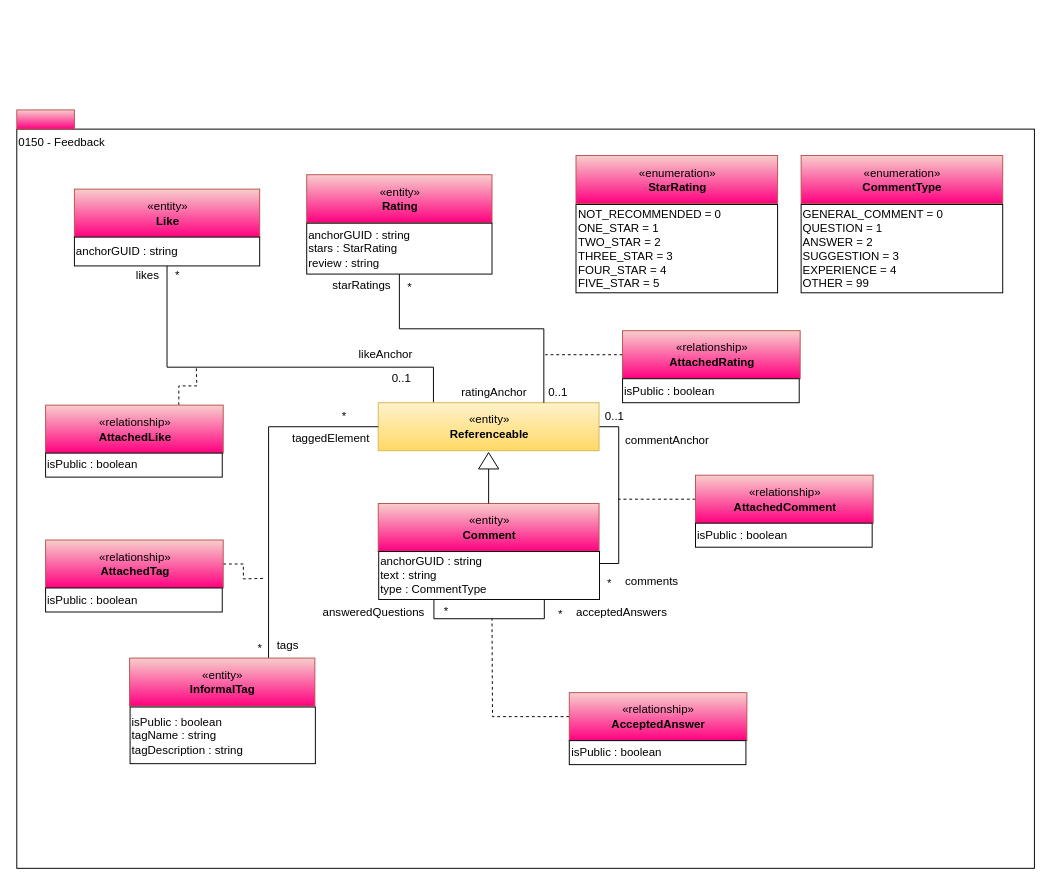
Earlier version of the draw.io diagram page "0150-Feedback" (11 of 13) of open-metadata-publication/website/open-metadata-types/area-1-collaboration.drawio (odpi/egeria). Source tidied: cells renumbered, new cells numbered last; positions are measured from the earlier drawing's top-left corner, leaving out a move shared by most shapes. Both pictures are drawn from the tidied source at 96%, with x=0, y=0 at pixel (16, 109).
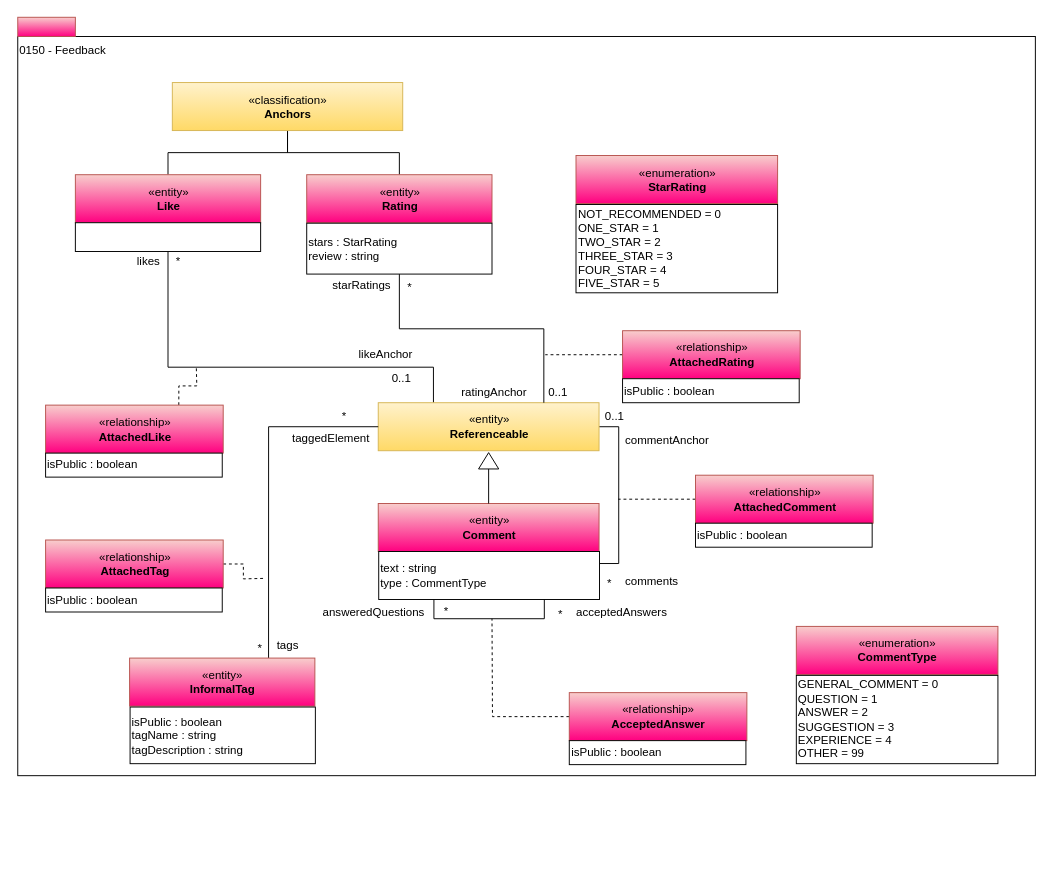
The same page after the edit.

Unchanged cells that the change refers to:
```xml
<mxCell id="35" value="«entity»&lt;br&gt;&lt;b&gt;Rating&lt;/b&gt;" style="html=1;strokeColor=#b85450;align=center;fillColor=#f8cecc;gradientColor=#FF0080;" parent="1" vertex="1">
  <mxGeometry x="302" y="67.5" width="193" height="50" as="geometry" />
</mxCell>
```

Change to the diagram source:
```diff
@@
     <mxCell id="2" value="0150 - Feedback" style="rounded=0;whiteSpace=wrap;html=1;align=left;verticalAlign=top;" parent="1" vertex="1">
-      <mxGeometry y="20" width="1060" height="770" as="geometry" />
+      <mxGeometry x="1" y="-76.5" width="1060" height="770" as="geometry" />
     </mxCell>
@@
     <mxCell id="4" style="html=1;strokeColor=#b85450;align=center;fillColor=#f8cecc;gradientColor=#FF0080;" parent="1" vertex="1">
-      <mxGeometry width="60" height="20" as="geometry" />
+      <mxGeometry x="1" y="-96.5" width="60" height="20" as="geometry" />
     </mxCell>
@@
-    <mxCell id="6" value="anchorGUID : string&lt;br&gt;text : string&lt;br&gt;type : CommentType&lt;br&gt;" style="rounded=0;whiteSpace=wrap;html=1;align=left;" parent="1" vertex="1">
+    <mxCell id="6" value="text : string&lt;br&gt;type : CommentType" style="rounded=0;whiteSpace=wrap;html=1;align=left;" parent="1" vertex="1">
       <mxGeometry x="377" y="460" width="230" height="50" as="geometry" />
     </mxCell>
@@
+    <mxCell id="59" style="edgeStyle=orthogonalEdgeStyle;rounded=0;jettySize=auto;html=1;exitX=0.5;exitY=0;exitDx=0;exitDy=0;endArrow=none;endFill=0;" parent="1" edge="1" source="9" target="61">
+      <mxGeometry relative="1" as="geometry" />
+    </mxCell>
     <mxCell id="9" value="«entity»&lt;br&gt;&lt;b&gt;Like&lt;/b&gt;" style="html=1;strokeColor=#b85450;align=center;fillColor=#f8cecc;gradientColor=#FF0080;" parent="1" vertex="1">
-      <mxGeometry x="60" y="82.5" width="193" height="50" as="geometry" />
+      <mxGeometry x="61" y="67.5" width="193" height="50" as="geometry" />
     </mxCell>
@@
-    <mxCell id="11" value="anchorGUID : string" style="rounded=0;whiteSpace=wrap;html=1;align=left;" parent="1" vertex="1">
-      <mxGeometry x="60" y="132.5" width="193" height="30" as="geometry" />
+    <mxCell id="11" style="rounded=0;whiteSpace=wrap;html=1;align=left;" parent="1" vertex="1">
+      <mxGeometry x="61" y="117.5" width="193" height="30" as="geometry" />
     </mxCell>
@@
     <mxCell id="20" value="«enumeration»&lt;br&gt;&lt;span&gt;&lt;b&gt;CommentType&lt;/b&gt;&lt;/span&gt;&lt;br&gt;" style="html=1;strokeColor=#b85450;align=center;fillColor=#f8cecc;gradientColor=#FF0080;" parent="1" vertex="1">
-      <mxGeometry x="817" y="47.5" width="210" height="50" as="geometry" />
+      <mxGeometry x="812" y="538" width="210" height="50" as="geometry" />
     </mxCell>
     <mxCell id="21" value="&lt;div style=&quot;text-align: left&quot;&gt;GENERAL_COMMENT = 0&lt;/div&gt;&lt;div style=&quot;text-align: left&quot;&gt;QUESTION = 1&lt;/div&gt;&lt;div style=&quot;text-align: left&quot;&gt;ANSWER = 2&lt;/div&gt;&lt;div style=&quot;text-align: left&quot;&gt;SUGGESTION = 3&lt;/div&gt;&lt;div style=&quot;text-align: left&quot;&gt;&lt;span&gt;EXPERIENCE = 4&lt;/span&gt;&lt;/div&gt;&lt;div style=&quot;text-align: left&quot;&gt;&lt;span&gt;OTHER = 99&lt;/span&gt;&lt;br&gt;&lt;/div&gt;" style="rounded=0;whiteSpace=wrap;html=1;strokeColor=#000000;gradientColor=#ffffff;align=left;" parent="1" vertex="1">
-      <mxGeometry x="817" y="98.5" width="210" height="92" as="geometry" />
+      <mxGeometry x="812" y="589" width="210" height="92" as="geometry" />
     </mxCell>
@@
+    <mxCell id="60" style="edgeStyle=orthogonalEdgeStyle;rounded=0;jettySize=auto;html=1;exitX=0.5;exitY=0;exitDx=0;exitDy=0;endArrow=none;endFill=0;" parent="1" edge="1" source="35" target="61">
+      <mxGeometry relative="1" as="geometry" />
+    </mxCell>
@@
-    <mxCell id="37" value="anchorGUID : string&lt;br&gt;stars : StarRating&lt;br&gt;review : string&lt;br&gt;" style="rounded=0;whiteSpace=wrap;html=1;align=left;" parent="1" vertex="1">
+    <mxCell id="37" value="stars : StarRating&lt;br&gt;review : string" style="rounded=0;whiteSpace=wrap;html=1;align=left;" parent="1" vertex="1">
       <mxGeometry x="302" y="118" width="193" height="53" as="geometry" />
     </mxCell>
@@
     <mxCell id="45" value="likes" style="text;html=1;align=center;verticalAlign=top;spacingTop=-4;" parent="1" vertex="1">
-      <mxGeometry x="116" y="162.5" width="40" height="20" as="geometry" />
+      <mxGeometry x="117" y="147.5" width="40" height="20" as="geometry" />
     </mxCell>
     <mxCell id="46" value="*" style="text;html=1;align=center;verticalAlign=top;spacingTop=-4;" parent="1" vertex="1">
-      <mxGeometry x="156.5" y="162.5" width="20" height="20" as="geometry" />
+      <mxGeometry x="157.5" y="147.5" width="20" height="20" as="geometry" />
     </mxCell>
@@
+    <mxCell id="61" value="«classification»&lt;br&gt;&lt;b&gt;Anchors&lt;/b&gt;" style="html=1;strokeColor=#d6b656;align=center;fillColor=#fff2cc;gradientColor=#ffd966;" parent="1" vertex="1">
+      <mxGeometry x="162" y="-28.5" width="240" height="50" as="geometry" />
+    </mxCell>
```
